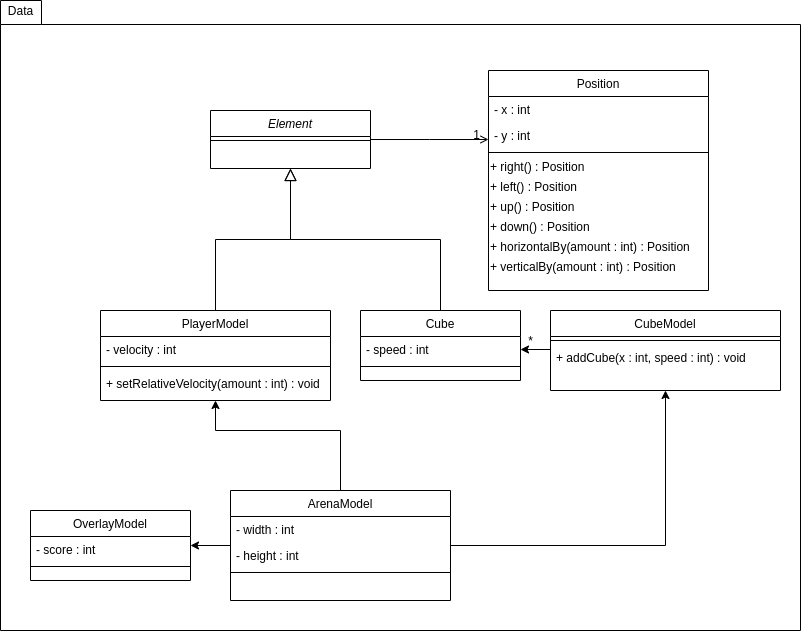
Earlier version of the draw.io export docs/media/data_class.png (mdpcardoso/FEUP-LPOO). Source tidied: cells renumbered, new cells last; positions are measured from the earlier drawing's top-left corner, leaving out a move shared by most shapes.
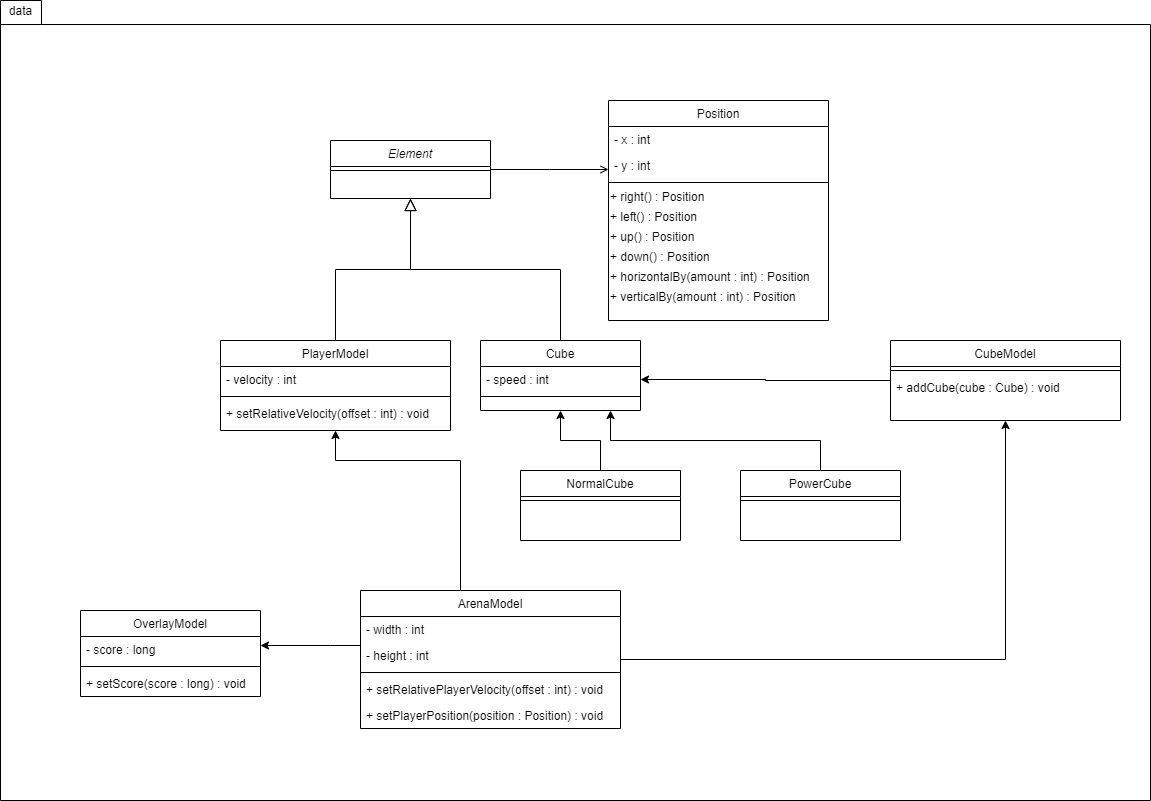
The same diagram one commit later.

The edit, as a diff of the source:
```diff
@@ -3,7 +3,7 @@
     <mxCell id="0" />
     <mxCell id="1" parent="0" />
     <mxCell id="2" style="shape=folder;fontStyle=1;spacingTop=10;tabWidth=41;tabHeight=24;tabPosition=left;html=1;" parent="1" vertex="1">
-      <mxGeometry width="800" height="630" as="geometry" />
+      <mxGeometry x="-120" y="-30" width="1150" height="800" as="geometry" />
     </mxCell>
     <mxCell id="3" value="PlayerModel" style="swimlane;fontStyle=0;align=center;verticalAlign=top;horizontal=1;startSize=26;rounded=0;shadow=0;strokeWidth=1;" parent="1" vertex="1">
       <mxGeometry x="100" y="310" width="230" height="90" as="geometry" />
@@ -14,7 +14,7 @@
     <mxCell id="5" style="line;html=1;strokeWidth=1;align=left;verticalAlign=middle;spacingTop=-1;spacingLeft=3;spacingRight=3;labelPosition=right;" parent="3" vertex="1">
       <mxGeometry y="52" width="230" height="8" as="geometry" />
     </mxCell>
-    <mxCell id="6" value="+ setRelativeVelocity(amount : int) : void" style="text;align=left;verticalAlign=top;spacingLeft=4;spacingRight=4;overflow=hidden;" parent="3" vertex="1">
+    <mxCell id="6" value="+ setRelativeVelocity(offset : int) : void" style="text;align=left;verticalAlign=top;spacingLeft=4;spacingRight=4;overflow=hidden;" parent="3" vertex="1">
       <mxGeometry y="60" width="230" height="26" as="geometry" />
     </mxCell>
     <mxCell id="7" style="endArrow=block;endSize=10;endFill=0;shadow=0;strokeWidth=1;rounded=0;edgeStyle=elbowEdgeStyle;elbow=vertical;" parent="1" edge="1" source="3" target="21">
@@ -58,11 +58,6 @@
         <mxPoint x="-40" y="32" as="offset" />
       </mxGeometry>
     </mxCell>
-    <mxCell id="20" value="1" style="align=right;verticalAlign=bottom;labelBackgroundColor=none;fontSize=12;" parent="19" vertex="1">
-      <mxGeometry x="1" relative="1" as="geometry">
-        <mxPoint x="-7" y="4" as="offset" />
-      </mxGeometry>
-    </mxCell>
     <mxCell id="21" value="Element" style="swimlane;fontStyle=2;align=center;verticalAlign=top;horizontal=1;startSize=26;rounded=0;shadow=0;strokeWidth=1;" parent="1" vertex="1">
       <mxGeometry x="210" y="110" width="160" height="58" as="geometry" />
     </mxCell>
@@ -90,48 +85,81 @@
       <mxGeometry relative="1" as="geometry" />
     </mxCell>
     <mxCell id="28" style="edgeStyle=orthogonalEdgeStyle;rounded=0;jettySize=auto;html=1;" parent="1" edge="1" source="29" target="38">
-      <mxGeometry relative="1" as="geometry" />
+      <mxGeometry relative="1" as="geometry">
+        <Array as="points">
+          <mxPoint x="210" y="615" />
+          <mxPoint x="210" y="615" />
+        </Array>
+      </mxGeometry>
     </mxCell>
+    <mxCell id="41" value="data" style="text;html=1;align=center;verticalAlign=middle;" parent="1" vertex="1">
+      <mxGeometry x="-120" y="-30" width="40" height="20" as="geometry" />
+    </mxCell>
+    <mxCell id="42" style="edgeStyle=orthogonalEdgeStyle;rounded=0;jettySize=auto;html=1;" parent="1" edge="1" source="33" target="24">
+      <mxGeometry relative="1" as="geometry" />
+    </mxCell>
+    <mxCell id="33" value="CubeModel" style="swimlane;fontStyle=0;align=center;verticalAlign=top;horizontal=1;startSize=26;rounded=0;shadow=0;strokeWidth=1;" parent="1" vertex="1">
+      <mxGeometry x="770" y="310" width="230" height="80" as="geometry" />
+    </mxCell>
+    <mxCell id="34" style="line;html=1;strokeWidth=1;align=left;verticalAlign=middle;spacingTop=-1;spacingLeft=3;spacingRight=3;labelPosition=right;" parent="33" vertex="1">
+      <mxGeometry y="26" width="230" height="8" as="geometry" />
+    </mxCell>
+    <mxCell id="35" value="+ addCube(cube : Cube) : void" style="text;align=left;verticalAlign=top;spacingLeft=4;spacingRight=4;overflow=hidden;" parent="33" vertex="1">
+      <mxGeometry y="34" width="230" height="26" as="geometry" />
+    </mxCell>
     <mxCell id="29" value="ArenaModel" style="swimlane;fontStyle=0;align=center;verticalAlign=top;horizontal=1;startSize=26;rounded=0;shadow=0;strokeWidth=1;" parent="1" vertex="1">
-      <mxGeometry x="230" y="490" width="220" height="110" as="geometry" />
+      <mxGeometry x="240" y="560" width="260" height="138" as="geometry" />
     </mxCell>
     <mxCell id="30" value="- width : int" style="text;align=left;verticalAlign=top;spacingLeft=4;spacingRight=4;overflow=hidden;" parent="29" vertex="1">
-      <mxGeometry y="26" width="220" height="26" as="geometry" />
+      <mxGeometry y="26" width="260" height="26" as="geometry" />
     </mxCell>
     <mxCell id="31" value="- height : int" style="text;align=left;verticalAlign=top;spacingLeft=4;spacingRight=4;overflow=hidden;rounded=0;shadow=0;html=0;" parent="29" vertex="1">
-      <mxGeometry y="52" width="220" height="26" as="geometry" />
+      <mxGeometry y="52" width="260" height="26" as="geometry" />
     </mxCell>
     <mxCell id="32" style="line;html=1;strokeWidth=1;align=left;verticalAlign=middle;spacingTop=-1;spacingLeft=3;spacingRight=3;labelPosition=right;" parent="29" vertex="1">
-      <mxGeometry y="78" width="220" height="8" as="geometry" />
+      <mxGeometry y="78" width="260" height="8" as="geometry" />
     </mxCell>
-    <mxCell id="33" value="CubeModel" style="swimlane;fontStyle=0;align=center;verticalAlign=top;horizontal=1;startSize=26;rounded=0;shadow=0;strokeWidth=1;" parent="1" vertex="1">
-      <mxGeometry x="550" y="310" width="230" height="80" as="geometry" />
-    </mxCell>
-    <mxCell id="34" style="line;html=1;strokeWidth=1;align=left;verticalAlign=middle;spacingTop=-1;spacingLeft=3;spacingRight=3;labelPosition=right;" parent="33" vertex="1">
-      <mxGeometry y="26" width="230" height="8" as="geometry" />
-    </mxCell>
-    <mxCell id="35" value="+ addCube(x : int, speed : int) : void" style="text;align=left;verticalAlign=top;spacingLeft=4;spacingRight=4;overflow=hidden;" parent="33" vertex="1">
-      <mxGeometry y="34" width="230" height="26" as="geometry" />
-    </mxCell>
-    <mxCell id="36" style="edgeStyle=orthogonalEdgeStyle;rounded=0;jettySize=auto;html=1;" parent="1" edge="1" target="24">
-      <mxGeometry relative="1" as="geometry">
-        <mxPoint x="550" y="349" as="sourcePoint" />
-      </mxGeometry>
-    </mxCell>
-    <mxCell id="37" value="*" style="text;html=1;align=center;verticalAlign=middle;" parent="1" vertex="1">
-      <mxGeometry x="520" y="330" width="20" height="20" as="geometry" />
-    </mxCell>
+    <mxCell id="43" value="+ setRelativePlayerVelocity(offset : int) : void" style="text;align=left;verticalAlign=top;spacingLeft=4;spacingRight=4;overflow=hidden;" parent="29" vertex="1">
+      <mxGeometry y="86" width="260" height="26" as="geometry" />
+    </mxCell>
+    <mxCell id="44" value="+ setPlayerPosition(position : Position) : void" style="text;align=left;verticalAlign=top;spacingLeft=4;spacingRight=4;overflow=hidden;" parent="29" vertex="1">
+      <mxGeometry y="112" width="260" height="26" as="geometry" />
+    </mxCell>
     <mxCell id="38" value="OverlayModel" style="swimlane;fontStyle=0;align=center;verticalAlign=top;horizontal=1;startSize=26;rounded=0;shadow=0;strokeWidth=1;" parent="1" vertex="1">
-      <mxGeometry x="30" y="510" width="160" height="70" as="geometry" />
+      <mxGeometry x="-40" y="580" width="180" height="86" as="geometry" />
     </mxCell>
-    <mxCell id="39" value="- score : int" style="text;align=left;verticalAlign=top;spacingLeft=4;spacingRight=4;overflow=hidden;" parent="38" vertex="1">
-      <mxGeometry y="26" width="160" height="26" as="geometry" />
+    <mxCell id="39" value="- score : long" style="text;align=left;verticalAlign=top;spacingLeft=4;spacingRight=4;overflow=hidden;" parent="38" vertex="1">
+      <mxGeometry y="26" width="180" height="26" as="geometry" />
     </mxCell>
     <mxCell id="40" style="line;html=1;strokeWidth=1;align=left;verticalAlign=middle;spacingTop=-1;spacingLeft=3;spacingRight=3;labelPosition=right;" parent="38" vertex="1">
-      <mxGeometry y="52" width="160" height="8" as="geometry" />
+      <mxGeometry y="52" width="180" height="8" as="geometry" />
     </mxCell>
-    <mxCell id="41" value="Data" style="text;html=1;align=center;verticalAlign=middle;" parent="1" vertex="1">
-      <mxGeometry width="40" height="20" as="geometry" />
-    </mxCell>
+    <mxCell id="45" value="+ setScore(score : long) : void" style="text;align=left;verticalAlign=top;spacingLeft=4;spacingRight=4;overflow=hidden;" parent="38" vertex="1">
+      <mxGeometry y="60" width="180" height="26" as="geometry" />
+    </mxCell>
+    <mxCell id="46" style="edgeStyle=orthogonalEdgeStyle;rounded=0;jettySize=auto;html=1;entryX=0.5;entryY=1;entryDx=0;entryDy=0;" parent="1" edge="1" source="47" target="23">
+      <mxGeometry relative="1" as="geometry" />
+    </mxCell>
+    <mxCell id="47" value="NormalCube" style="swimlane;fontStyle=0;align=center;verticalAlign=top;horizontal=1;startSize=26;rounded=0;shadow=0;strokeWidth=1;" parent="1" vertex="1">
+      <mxGeometry x="400" y="440" width="160" height="70" as="geometry" />
+    </mxCell>
+    <mxCell id="48" style="line;html=1;strokeWidth=1;align=left;verticalAlign=middle;spacingTop=-1;spacingLeft=3;spacingRight=3;labelPosition=right;" parent="47" vertex="1">
+      <mxGeometry y="26" width="160" height="8" as="geometry" />
+    </mxCell>
+    <mxCell id="49" style="edgeStyle=orthogonalEdgeStyle;rounded=0;jettySize=auto;html=1;" parent="1" edge="1" source="50">
+      <mxGeometry relative="1" as="geometry">
+        <mxPoint x="490" y="380" as="targetPoint" />
+        <Array as="points">
+          <mxPoint x="700" y="410" />
+          <mxPoint x="490" y="410" />
+        </Array>
+      </mxGeometry>
+    </mxCell>
+    <mxCell id="50" value="PowerCube" style="swimlane;fontStyle=0;align=center;verticalAlign=top;horizontal=1;startSize=26;rounded=0;shadow=0;strokeWidth=1;" parent="1" vertex="1">
+      <mxGeometry x="620" y="440" width="160" height="70" as="geometry" />
+    </mxCell>
+    <mxCell id="51" style="line;html=1;strokeWidth=1;align=left;verticalAlign=middle;spacingTop=-1;spacingLeft=3;spacingRight=3;labelPosition=right;" parent="50" vertex="1">
+      <mxGeometry y="26" width="160" height="8" as="geometry" />
+    </mxCell>
   </root>
 </mxGraphModel>
```
